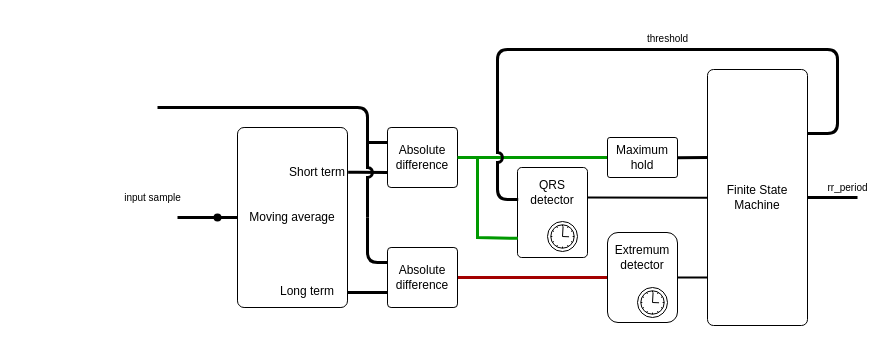
Earlier version of the draw.io diagram doc/drawio_diagrams/RPD_algorithm.drawio (jmat97/RPD22). Source tidied: cells renumbered, new cells numbered last; positions are measured from the earlier drawing's top-left corner, leaving out a move shared by most shapes. Both pictures are drawn from the tidied source at 100%, with x=0, y=0 at pixel (117, 49).
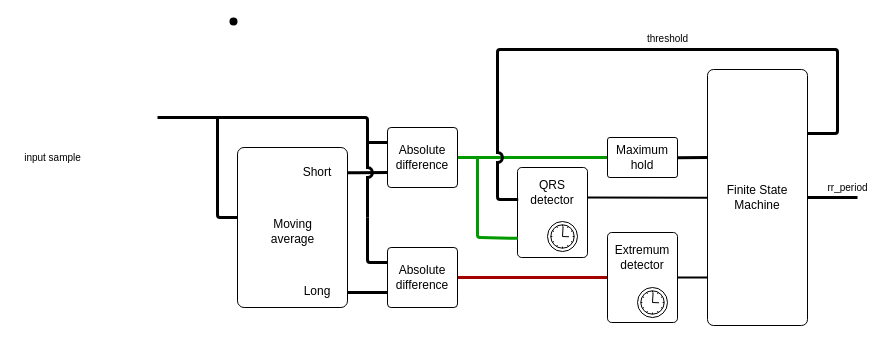
The same page after the edit.

The change refers to these unchanged cells:
```xml
<mxCell id="6" value="Absolute difference" style="rounded=1;whiteSpace=wrap;html=1;arcSize=6;" parent="1" vertex="1">
  <mxGeometry x="270" y="78" width="70" height="60" as="geometry" />
</mxCell>
<mxCell id="9" value="Absolute difference" style="rounded=1;whiteSpace=wrap;html=1;arcSize=6;" parent="1" vertex="1">
  <mxGeometry x="270" y="198" width="70" height="60" as="geometry" />
</mxCell>
<mxCell id="11" value="Maximum hold" style="rounded=1;whiteSpace=wrap;html=1;arcSize=6;" parent="1" vertex="1">
  <mxGeometry x="490" y="88" width="70" height="40" as="geometry" />
</mxCell>
<mxCell id="12" value="QRS detector" style="rounded=1;whiteSpace=wrap;html=1;spacingBottom=40;arcSize=6;" parent="1" vertex="1">
  <mxGeometry x="400" y="118" width="70" height="90" as="geometry" />
</mxCell>
<mxCell id="23" style="group;rounded=1;arcSize=6;" parent="1" vertex="1">
  <mxGeometry x="490" y="183" width="70" height="90" as="geometry" />
</mxCell>
```

Change to the diagram source:
```diff
@@
+    <mxCell id="10" style="edgeStyle=orthogonalEdgeStyle;rounded=0;jumpStyle=arc;jettySize=auto;html=1;endArrow=none;endFill=0;strokeColor=#009900;strokeWidth=3;" parent="1" edge="1" source="11" target="6">
+      <mxGeometry relative="1" as="geometry" />
+    </mxCell>
-    <mxCell id="2" style="edgeStyle=orthogonalEdgeStyle;rounded=0;jettySize=auto;html=1;entryX=0;entryY=0.75;entryDx=0;entryDy=0;endArrow=none;endFill=0;strokeWidth=3;exitX=1.006;exitY=0.249;exitDx=0;exitDy=0;exitPerimeter=0;" parent="1" edge="1" source="3" target="6">
+    <mxCell id="2" style="edgeStyle=orthogonalEdgeStyle;rounded=0;jettySize=auto;html=1;entryX=0;entryY=0.75;entryDx=0;entryDy=0;endArrow=none;endFill=0;strokeWidth=3;exitX=0.994;exitY=0.507;exitDx=0;exitDy=0;exitPerimeter=0;" parent="1" edge="1" source="31" target="6">
       <mxGeometry relative="1" as="geometry">
         <Array as="points">
-          <mxPoint x="240" y="123" />
           <mxPoint x="240" y="123" />
         </Array>
       </mxGeometry>
     </mxCell>
-    <mxCell id="3" value="Moving average" style="rounded=1;whiteSpace=wrap;html=1;arcSize=6;" parent="1" vertex="1">
-      <mxGeometry x="120" y="78" width="110" height="180" as="geometry" />
+    <mxCell id="3" style="rounded=1;whiteSpace=wrap;html=1;arcSize=6;" parent="1" vertex="1">
+      <mxGeometry x="120" y="98" width="110" height="160" as="geometry" />
     </mxCell>
@@
-    <mxCell id="5" style="edgeStyle=orthogonalEdgeStyle;rounded=0;jettySize=auto;html=1;exitX=0;exitY=0.25;exitDx=0;exitDy=0;endArrow=none;endFill=0;jumpStyle=arc;strokeWidth=3;" parent="1" edge="1" source="6">
+    <mxCell id="5" style="edgeStyle=orthogonalEdgeStyle;rounded=0;jettySize=auto;html=1;exitX=0;exitY=0.25;exitDx=0;exitDy=0;endArrow=none;endFill=0;jumpStyle=arc;strokeWidth=3;arcSize=5;" parent="1" edge="1" source="6">
       <mxGeometry relative="1" as="geometry">
         <mxPoint x="250" y="168" as="targetPoint" />
         <Array as="points">
           <mxPoint x="250" y="93" />
           <mxPoint x="250" y="168" />
         </Array>
       </mxGeometry>
     </mxCell>
@@
-    <mxCell id="7" style="edgeStyle=orthogonalEdgeStyle;rounded=1;jumpStyle=arc;jettySize=auto;html=1;exitX=0;exitY=0.25;exitDx=0;exitDy=0;endArrow=none;endFill=0;strokeWidth=3;" parent="1" edge="1" source="9">
+    <mxCell id="7" style="edgeStyle=orthogonalEdgeStyle;rounded=1;jumpStyle=arc;jettySize=auto;html=1;exitX=0;exitY=0.25;exitDx=0;exitDy=0;endArrow=none;endFill=0;strokeWidth=3;arcSize=5;" parent="1" edge="1" source="9">
       <mxGeometry relative="1" as="geometry">
         <mxPoint x="250" y="168" as="targetPoint" />
       </mxGeometry>
     </mxCell>
@@
-    <mxCell id="10" style="edgeStyle=orthogonalEdgeStyle;rounded=0;jumpStyle=arc;jettySize=auto;html=1;endArrow=none;endFill=0;strokeColor=#009900;strokeWidth=3;" parent="1" edge="1" source="11" target="6">
-      <mxGeometry relative="1" as="geometry" />
-    </mxCell>
@@
-    <mxCell id="14" style="edgeStyle=orthogonalEdgeStyle;rounded=1;jumpStyle=arc;orthogonalLoop=1;jettySize=auto;html=1;exitX=1;exitY=0.25;exitDx=0;exitDy=0;endArrow=none;endFill=0;strokeWidth=3;entryX=0.01;entryY=0.355;entryDx=0;entryDy=0;entryPerimeter=0;" parent="1" edge="1">
+    <mxCell id="14" style="edgeStyle=orthogonalEdgeStyle;rounded=1;jumpStyle=arc;orthogonalLoop=1;jettySize=auto;html=1;exitX=1;exitY=0.25;exitDx=0;exitDy=0;endArrow=none;endFill=0;strokeWidth=3;entryX=0.01;entryY=0.355;entryDx=0;entryDy=0;entryPerimeter=0;arcSize=5;" parent="1" edge="1">
       <mxGeometry relative="1" as="geometry">
         <mxPoint x="690" y="84" as="sourcePoint" />
         <mxPoint x="400.7" y="149.9" as="targetPoint" />
         <Array as="points">
           <mxPoint x="720" y="84" />
           <mxPoint x="720" />
           <mxPoint x="380" />
           <mxPoint x="380" y="150" />
         </Array>
       </mxGeometry>
     </mxCell>
@@
-    <mxCell id="17" style="endArrow=none;html=1;entryX=0;entryY=0.5;entryDx=0;entryDy=0;rounded=0;strokeWidth=3;" parent="1" edge="1" target="3">
+    <mxCell id="17" style="endArrow=none;html=1;entryX=0;entryY=0.438;entryDx=0;entryDy=0;rounded=1;strokeWidth=3;arcSize=5;entryPerimeter=0;" parent="1" edge="1" target="3">
       <mxGeometry relative="1" as="geometry">
-        <mxPoint x="100" y="168" as="sourcePoint" />
+        <mxPoint x="100" y="68" as="sourcePoint" />
+        <Array as="points">
+          <mxPoint x="100" y="98" />
+          <mxPoint x="100" y="168" />
+        </Array>
       </mxGeometry>
     </mxCell>
-    <mxCell id="18" style="endArrow=none;html=1;rounded=0;strokeWidth=3;" parent="1" edge="1">
-      <mxGeometry relative="1" as="geometry">
-        <mxPoint x="60" y="168" as="sourcePoint" />
-        <mxPoint x="100" y="168" as="targetPoint" />
-      </mxGeometry>
-    </mxCell>
-    <mxCell id="19" style="endArrow=none;html=1;strokeWidth=3;" parent="1" edge="1">
+    <mxCell id="19" style="endArrow=none;html=1;strokeWidth=3;arcSize=5;" parent="1" edge="1">
       <mxGeometry relative="1" as="geometry">
-        <mxPoint x="40" y="58" as="sourcePoint" />
-        <mxPoint x="250" y="98" as="targetPoint" />
+        <mxPoint x="40" y="68" as="sourcePoint" />
+        <mxPoint x="250" y="108" as="targetPoint" />
         <Array as="points">
-          <mxPoint x="250" y="58" />
+          <mxPoint x="250" y="68" />
         </Array>
       </mxGeometry>
     </mxCell>
     <mxCell id="20" style="ellipse;whiteSpace=wrap;html=1;strokeColor=none;fillColor=#000000;" parent="1" vertex="1">
-      <mxGeometry x="96" y="164" width="8" height="8" as="geometry" />
+      <mxGeometry x="112" y="-32" width="8" height="8" as="geometry" />
     </mxCell>
@@
-    <mxCell id="24" value="Extremum detector" style="rounded=1;whiteSpace=wrap;html=1;spacingLeft=0;spacingBottom=40;" parent="23" vertex="1">
+    <mxCell id="24" value="Extremum detector" style="rounded=1;whiteSpace=wrap;html=1;spacingLeft=0;spacingBottom=40;arcSize=6;" parent="23" vertex="1">
       <mxGeometry width="70" height="90" as="geometry" />
     </mxCell>
@@
-    <mxCell id="26" style="endArrow=none;html=1;strokeWidth=3;rounded=0;exitX=0.005;exitY=0.787;exitDx=0;exitDy=0;exitPerimeter=0;strokeColor=#009900;" parent="1" edge="1" source="12">
+    <mxCell id="26" style="endArrow=none;html=1;strokeWidth=3;rounded=1;exitX=0.005;exitY=0.787;exitDx=0;exitDy=0;exitPerimeter=0;strokeColor=#009900;arcSize=5;" parent="1" edge="1" source="12">
       <mxGeometry relative="1" as="geometry">
         <mxPoint x="360" y="108" as="targetPoint" />
         <Array as="points">
           <mxPoint x="360" y="188" />
         </Array>
       </mxGeometry>
     </mxCell>
@@
     <mxCell id="29" value="input sample" style="text;html=1;align=center;verticalAlign=middle;strokeColor=none;fillColor=none;fontSize=10;fontColor=#000000;" parent="1" vertex="1">
-      <mxGeometry y="138" width="70" height="20" as="geometry" />
+      <mxGeometry x="-100" y="98" width="70" height="20" as="geometry" />
     </mxCell>
@@
-    <mxCell id="31" value="Short term" style="text;html=1;strokeColor=none;fillColor=none;align=center;verticalAlign=middle;whiteSpace=wrap;rounded=0;" parent="1" vertex="1">
+    <mxCell id="31" value="Short" style="text;html=1;strokeColor=none;fillColor=none;align=center;verticalAlign=middle;whiteSpace=wrap;rounded=0;" parent="1" vertex="1">
       <mxGeometry x="170" y="108" width="60" height="30" as="geometry" />
     </mxCell>
-    <mxCell id="32" value="Long term" style="text;html=1;strokeColor=none;fillColor=none;align=center;verticalAlign=middle;whiteSpace=wrap;rounded=0;" parent="1" vertex="1">
-      <mxGeometry x="160" y="227" width="60" height="30" as="geometry" />
+    <mxCell id="32" value="Long" style="text;html=1;strokeColor=none;fillColor=none;align=center;verticalAlign=middle;whiteSpace=wrap;rounded=0;" parent="1" vertex="1">
+      <mxGeometry x="170" y="227" width="60" height="30" as="geometry" />
     </mxCell>
+    <mxCell id="33" value="Moving&lt;br&gt;average" style="text;html=1;strokeColor=none;fillColor=none;align=center;verticalAlign=middle;whiteSpace=wrap;rounded=0;" parent="1" vertex="1">
+      <mxGeometry x="137.5" y="162" width="75" height="40" as="geometry" />
+    </mxCell>
```
